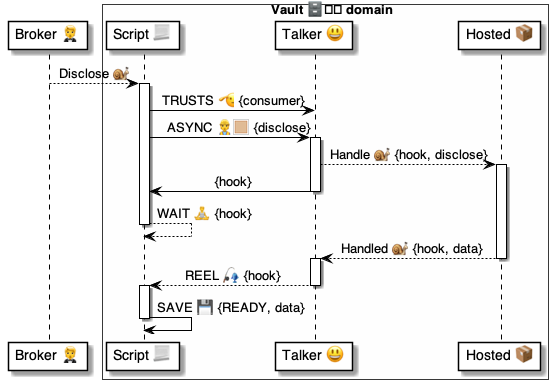
pollyweb-org/pollyweb-docs keeps this PlantUML diagram as 4 ⚙️ Solution/41 🎭 Domain Roles/Vaults 🗄️/🗄️🅰️ Vault methods/Disclose 🤵🐌🗄️/🗄️ Disclose ⚙️ uml.png. Above is the earlier version. Its source is kept beside it as 4 ⚙️ Solution/41 🎭 Domain Roles/Vaults 🗄️/🗄️🅰️ Vault methods/Disclose 🤵🐌🗄️/🗄️ Disclose ⚙️ uml.puml.
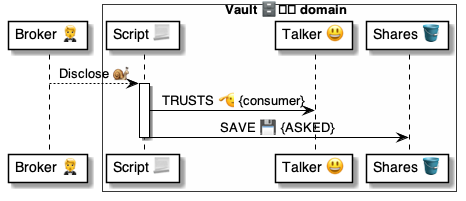
After the commit.

Change to the diagram source:
```diff
@@ -4,7 +4,7 @@
 box Vault 🗄️️ domain #FFFFFA
     participant "Script 📃" as vault
     participant "Talker 😃" as talker
-    participant "Hosted 📦" as hosted
+    participant "Shares 🪣" as shares
 end box
 
 
@@ -12,25 +12,7 @@
 
 activate vault
     vault -> talker: TRUSTS 🫡 {consumer}
-    vault -> talker: ASYNC 👷🏼 {disclose}
-
-activate talker
-    talker --> hosted: Handle 🐌 {hook, disclose}
-activate hosted
-    talker -> vault: {hook}
-deactivate talker
-    vault --> vault: WAIT 🧘 {hook}
-deactivate vault
-
-    hosted --> talker: Handled 🐌 {hook, data}
-deactivate hosted
-
-activate talker
-    talker --> vault: REEL 🎣 {hook}
-deactivate talker
-
-activate vault
-    vault -> vault: SAVE 💾 {READY, data}
+    vault -> shares: SAVE 💾 {ASKED}
 deactivate vault
 
 @enduml
```
